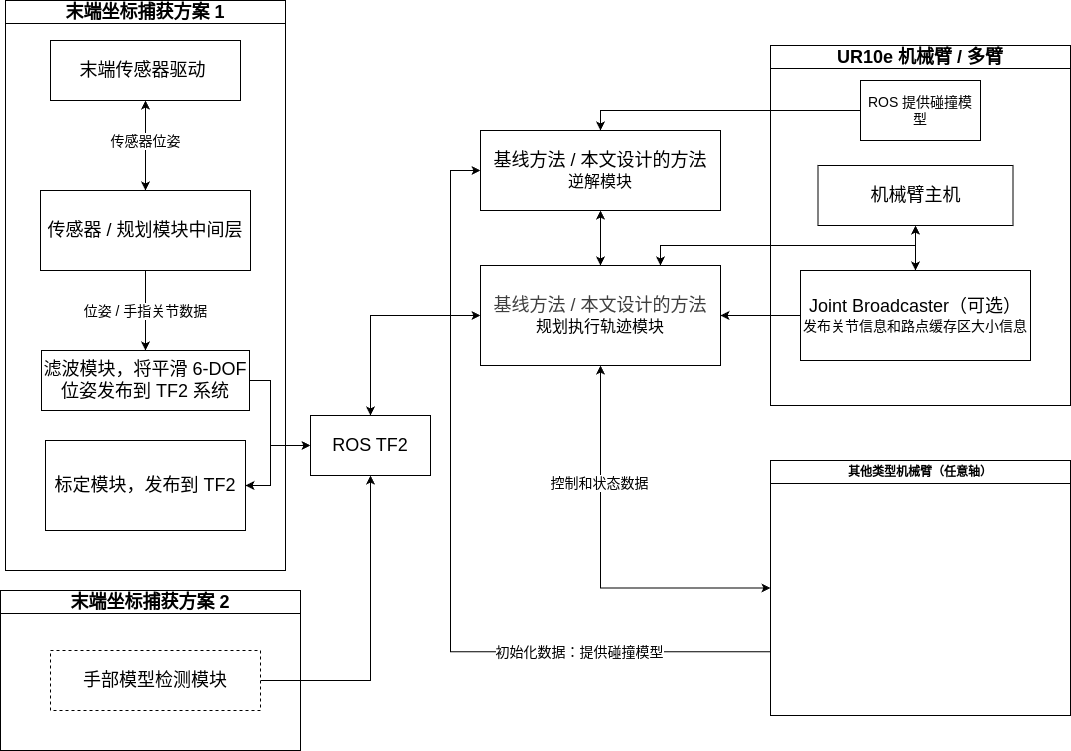
This is template/figures/teleop2.png from julyfun/graduation, a draw.io export, as it was before one commit. Source tidied: cells renumbered, new cells last; positions are measured from the earlier drawing's top-left corner, leaving out a move shared by most shapes.
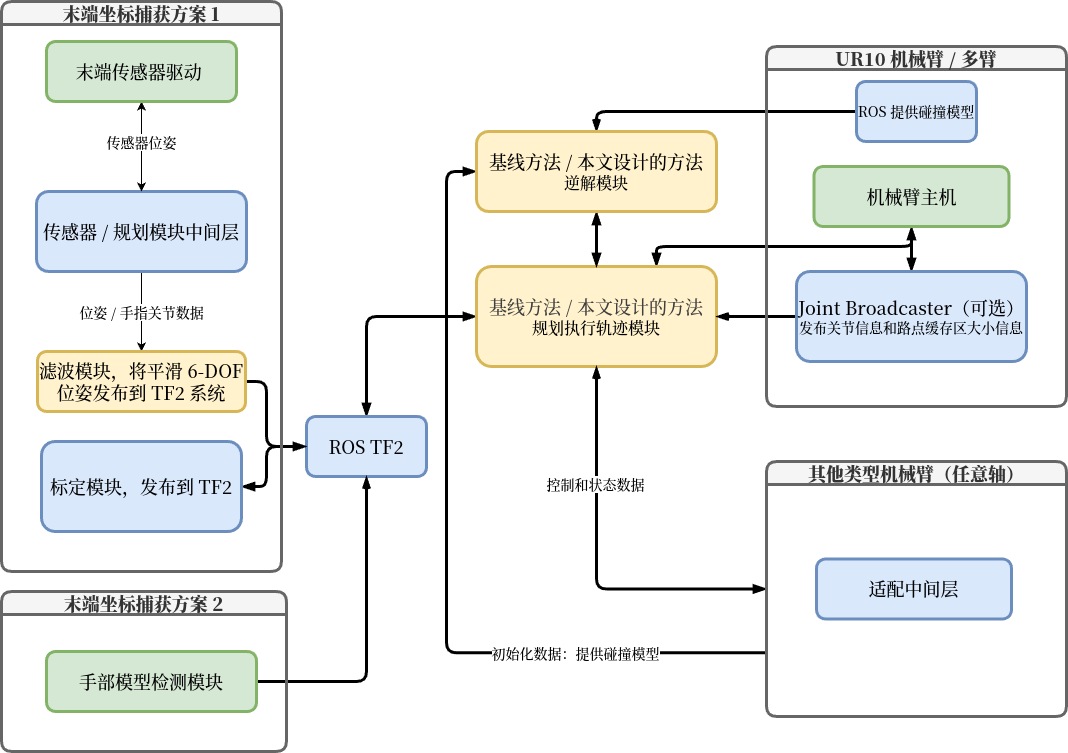
Above is the later version.

What changed in the source:
```diff
@@ -5,22 +5,22 @@
     <mxCell id="2" style="edgeStyle=orthogonalEdgeStyle;rounded=0;jettySize=auto;html=1;" parent="1" edge="1" source="4" target="9">
       <mxGeometry relative="1" as="geometry" />
     </mxCell>
-    <mxCell id="3" value="&lt;font style=&quot;font-size: 14px;&quot;&gt;位姿 / 手指关节数据&lt;/font&gt;" style="edgeLabel;html=1;align=center;verticalAlign=middle;" parent="2" vertex="1">
+    <mxCell id="3" value="&lt;font face=&quot;Noto Serif CJK SC Medium&quot; style=&quot;font-size: 14px;&quot;&gt;位姿 / 手指关节数据&lt;/font&gt;" style="edgeLabel;html=1;align=center;verticalAlign=middle;" parent="2" vertex="1">
       <mxGeometry x="-0.01" y="-1" relative="1" as="geometry" />
     </mxCell>
-    <mxCell id="4" value="&lt;font style=&quot;font-size: 18px;&quot;&gt;传感器 / 规划模块中间层&lt;/font&gt;" style="rounded=0;whiteSpace=wrap;html=1;" parent="1" vertex="1">
+    <mxCell id="4" value="&lt;font face=&quot;Noto Serif CJK SC Medium&quot; style=&quot;font-size: 18px;&quot;&gt;传感器 / 规划模块中间层&lt;/font&gt;" style="rounded=1;whiteSpace=wrap;html=1;strokeWidth=3;fillColor=#dae8fc;strokeColor=#6c8ebf;" parent="1" vertex="1">
       <mxGeometry x="40" y="190" width="210" height="80" as="geometry" />
     </mxCell>
     <mxCell id="5" style="edgeStyle=orthogonalEdgeStyle;rounded=0;jettySize=auto;html=1;entryX=0.5;entryY=0;entryDx=0;entryDy=0;startArrow=classic;startFill=1;" parent="1" edge="1" source="7" target="4">
       <mxGeometry relative="1" as="geometry" />
     </mxCell>
-    <mxCell id="6" value="&lt;font style=&quot;font-size: 14px;&quot;&gt;传感器位姿&lt;/font&gt;" style="edgeLabel;html=1;align=center;verticalAlign=middle;" parent="5" vertex="1">
+    <mxCell id="6" value="&lt;font face=&quot;Noto Serif CJK SC Medium&quot; style=&quot;font-size: 14px;&quot;&gt;传感器位姿&lt;/font&gt;" style="edgeLabel;html=1;align=center;verticalAlign=middle;" parent="5" vertex="1">
       <mxGeometry x="-0.12" y="-1" relative="1" as="geometry" />
     </mxCell>
-    <mxCell id="7" value="&lt;font style=&quot;font-size: 18px;&quot;&gt;末端传感器驱动&amp;nbsp;&lt;/font&gt;" style="rounded=0;whiteSpace=wrap;html=1;" parent="1" vertex="1">
+    <mxCell id="7" value="&lt;font face=&quot;Noto Serif CJK SC Medium&quot; style=&quot;font-size: 18px;&quot;&gt;末端传感器驱动&amp;nbsp;&lt;/font&gt;" style="rounded=1;whiteSpace=wrap;html=1;strokeWidth=3;fillColor=#d5e8d4;strokeColor=#82b366;" parent="1" vertex="1">
       <mxGeometry x="50" y="40" width="190" height="60" as="geometry" />
     </mxCell>
-    <mxCell id="8" style="edgeStyle=orthogonalEdgeStyle;rounded=0;jettySize=auto;html=1;entryX=0;entryY=0.5;entryDx=0;entryDy=0;" parent="1" edge="1" source="9" target="11">
+    <mxCell id="8" style="edgeStyle=orthogonalEdgeStyle;rounded=1;jettySize=auto;html=1;entryX=0;entryY=0.5;entryDx=0;entryDy=0;strokeWidth=3;curved=0;endArrow=blockThin;endFill=1;" parent="1" edge="1" source="9" target="11">
       <mxGeometry relative="1" as="geometry">
         <Array as="points">
           <mxPoint x="270" y="380" />
@@ -28,16 +28,16 @@
         </Array>
       </mxGeometry>
     </mxCell>
-    <mxCell id="9" value="&lt;font style=&quot;font-size: 18px;&quot;&gt;滤波模块，将平滑 6-DOF 位姿发布到 TF2 系统&lt;/font&gt;" style="rounded=0;whiteSpace=wrap;html=1;" parent="1" vertex="1">
+    <mxCell id="9" value="&lt;font face=&quot;Noto Serif CJK SC Medium&quot; style=&quot;font-size: 18px;&quot;&gt;滤波模块，将平滑 6-DOF 位姿发布到 TF2 系统&lt;/font&gt;" style="rounded=1;whiteSpace=wrap;html=1;strokeWidth=3;fillColor=#fff2cc;strokeColor=#d6b656;" parent="1" vertex="1">
       <mxGeometry x="41" y="350" width="208" height="60" as="geometry" />
     </mxCell>
-    <mxCell id="10" style="edgeStyle=orthogonalEdgeStyle;rounded=0;jettySize=auto;html=1;exitX=0.5;exitY=0;exitDx=0;exitDy=0;entryX=0;entryY=0.5;entryDx=0;entryDy=0;startArrow=classic;startFill=1;" parent="1" edge="1" source="11" target="15">
+    <mxCell id="10" style="edgeStyle=orthogonalEdgeStyle;rounded=1;jettySize=auto;html=1;exitX=0.5;exitY=0;exitDx=0;exitDy=0;entryX=0;entryY=0.5;entryDx=0;entryDy=0;startArrow=blockThin;startFill=1;strokeWidth=3;curved=0;endArrow=blockThin;endFill=1;" parent="1" edge="1" source="11" target="15">
       <mxGeometry relative="1" as="geometry" />
     </mxCell>
-    <mxCell id="11" value="&lt;font style=&quot;font-size: 18px;&quot;&gt;ROS TF2&lt;/font&gt;" style="rounded=0;whiteSpace=wrap;html=1;" parent="1" vertex="1">
+    <mxCell id="11" value="&lt;font face=&quot;Noto Serif CJK SC Medium&quot; style=&quot;font-size: 18px;&quot;&gt;ROS TF2&lt;/font&gt;" style="rounded=1;whiteSpace=wrap;html=1;strokeWidth=3;fillColor=#dae8fc;strokeColor=#6c8ebf;" parent="1" vertex="1">
       <mxGeometry x="310" y="415" width="120" height="60" as="geometry" />
     </mxCell>
-    <mxCell id="12" style="edgeStyle=orthogonalEdgeStyle;rounded=0;jettySize=auto;html=1;entryX=0;entryY=0.5;entryDx=0;entryDy=0;startArrow=classic;startFill=1;" parent="1" edge="1" source="13" target="11">
+    <mxCell id="12" style="edgeStyle=orthogonalEdgeStyle;rounded=1;jettySize=auto;html=1;entryX=0;entryY=0.5;entryDx=0;entryDy=0;startArrow=blockThin;startFill=1;strokeWidth=3;curved=0;endArrow=blockThin;endFill=1;" parent="1" edge="1" source="13" target="11">
       <mxGeometry relative="1" as="geometry">
         <Array as="points">
           <mxPoint x="270" y="485" />
@@ -45,22 +45,22 @@
         </Array>
       </mxGeometry>
     </mxCell>
-    <mxCell id="13" value="&lt;div&gt;&lt;font style=&quot;font-size: 18px;&quot;&gt;标定模块，发布到 TF2&lt;/font&gt;&lt;/div&gt;" style="rounded=0;whiteSpace=wrap;html=1;" parent="1" vertex="1">
+    <mxCell id="13" value="&lt;div&gt;&lt;font face=&quot;Noto Serif CJK SC Medium&quot; style=&quot;font-size: 18px;&quot;&gt;标定模块，发布到 TF2&lt;/font&gt;&lt;/div&gt;" style="rounded=1;whiteSpace=wrap;html=1;strokeWidth=3;fillColor=#dae8fc;strokeColor=#6c8ebf;" parent="1" vertex="1">
       <mxGeometry x="45" y="440" width="200" height="90" as="geometry" />
     </mxCell>
-    <mxCell id="14" style="edgeStyle=orthogonalEdgeStyle;rounded=0;jettySize=auto;html=1;exitX=0.75;exitY=0;exitDx=0;exitDy=0;entryX=0.5;entryY=1;entryDx=0;entryDy=0;startArrow=classic;startFill=1;" parent="1" edge="1" source="15" target="29">
+    <mxCell id="14" style="edgeStyle=orthogonalEdgeStyle;rounded=1;jettySize=auto;html=1;exitX=0.75;exitY=0;exitDx=0;exitDy=0;entryX=0.5;entryY=1;entryDx=0;entryDy=0;startArrow=blockThin;startFill=1;strokeWidth=3;curved=0;endArrow=blockThin;endFill=1;" parent="1" edge="1" source="15" target="29">
       <mxGeometry relative="1" as="geometry" />
     </mxCell>
-    <mxCell id="15" value="&lt;div&gt;&lt;font style=&quot;font-size: 18px;&quot;&gt;&lt;span style=&quot;color: rgb(63, 63, 63); background-color: transparent;&quot;&gt;基线方法 / 本文设计的方法&lt;/span&gt;&lt;/font&gt;&lt;/div&gt;&lt;div&gt;&lt;font size=&quot;3&quot;&gt;规划执行轨迹模块&lt;/font&gt;&lt;/div&gt;" style="rounded=0;whiteSpace=wrap;html=1;" parent="1" vertex="1">
+    <mxCell id="15" value="&lt;div&gt;&lt;font face=&quot;Noto Serif CJK SC Medium&quot; style=&quot;font-size: 18px;&quot;&gt;&lt;span style=&quot;color: rgb(63, 63, 63); background-color: transparent;&quot;&gt;基线方法 / 本文设计的方法&lt;/span&gt;&lt;/font&gt;&lt;/div&gt;&lt;div&gt;&lt;font face=&quot;Noto Serif CJK SC Medium&quot; size=&quot;3&quot;&gt;规划执行轨迹模块&lt;/font&gt;&lt;/div&gt;" style="rounded=1;whiteSpace=wrap;html=1;strokeWidth=3;fillColor=#fff2cc;strokeColor=#d6b656;" parent="1" vertex="1">
       <mxGeometry x="480" y="265" width="240" height="100" as="geometry" />
     </mxCell>
-    <mxCell id="16" style="edgeStyle=orthogonalEdgeStyle;rounded=0;jettySize=auto;html=1;entryX=0.5;entryY=0;entryDx=0;entryDy=0;" parent="1" edge="1" source="30" target="20">
+    <mxCell id="16" style="edgeStyle=orthogonalEdgeStyle;rounded=1;jettySize=auto;html=1;entryX=0.5;entryY=0;entryDx=0;entryDy=0;strokeWidth=3;curved=0;endArrow=openThin;endFill=0;" parent="1" edge="1" source="30" target="20">
       <mxGeometry relative="1" as="geometry" />
     </mxCell>
-    <mxCell id="17" style="edgeStyle=orthogonalEdgeStyle;rounded=0;jettySize=auto;html=1;entryX=0.5;entryY=0;entryDx=0;entryDy=0;startArrow=classic;startFill=1;" parent="1" edge="1" source="20" target="15">
+    <mxCell id="17" style="edgeStyle=orthogonalEdgeStyle;rounded=0;jettySize=auto;html=1;entryX=0.5;entryY=0;entryDx=0;entryDy=0;startArrow=blockThin;startFill=1;strokeWidth=3;endArrow=blockThin;endFill=1;" parent="1" edge="1" source="20" target="15">
       <mxGeometry relative="1" as="geometry" />
     </mxCell>
-    <mxCell id="18" style="edgeStyle=orthogonalEdgeStyle;rounded=0;jettySize=auto;html=1;entryX=0;entryY=0.75;entryDx=0;entryDy=0;exitX=0;exitY=0.5;exitDx=0;exitDy=0;startArrow=classic;startFill=1;endArrow=none;endFill=0;" parent="1" edge="1" source="20" target="33">
+    <mxCell id="18" style="edgeStyle=orthogonalEdgeStyle;rounded=1;jettySize=auto;html=1;entryX=0;entryY=0.75;entryDx=0;entryDy=0;exitX=0;exitY=0.5;exitDx=0;exitDy=0;startArrow=blockThin;startFill=1;endArrow=none;endFill=0;strokeWidth=3;curved=0;" parent="1" edge="1" source="20" target="33">
       <mxGeometry relative="1" as="geometry">
         <Array as="points">
           <mxPoint x="450" y="170" />
@@ -68,50 +68,53 @@
         </Array>
       </mxGeometry>
     </mxCell>
-    <mxCell id="19" value="&lt;font style=&quot;font-size: 14px;&quot;&gt;初始化数据：提供碰撞模型&lt;/font&gt;" style="edgeLabel;html=1;align=center;verticalAlign=middle;" parent="18" vertex="1">
+    <mxCell id="19" value="&lt;font face=&quot;Noto Serif CJK SC Medium&quot; style=&quot;font-size: 14px;&quot;&gt;初始化数据：提供碰撞模型&lt;/font&gt;" style="edgeLabel;html=1;align=center;verticalAlign=middle;" parent="18" vertex="1">
       <mxGeometry x="0.54" relative="1" as="geometry" />
     </mxCell>
-    <mxCell id="20" value="&lt;font style=&quot;font-size: 18px;&quot;&gt;基线方法 / 本文设计的方法&lt;/font&gt;&lt;div&gt;&lt;font size=&quot;3&quot;&gt;逆解模块&lt;/font&gt;&lt;/div&gt;" style="rounded=0;whiteSpace=wrap;html=1;" parent="1" vertex="1">
+    <mxCell id="20" value="&lt;font face=&quot;Noto Serif CJK SC Medium&quot; style=&quot;font-size: 18px;&quot;&gt;基线方法 / 本文设计的方法&lt;/font&gt;&lt;div&gt;&lt;font face=&quot;Noto Serif CJK SC Medium&quot; size=&quot;3&quot;&gt;逆解模块&lt;/font&gt;&lt;/div&gt;" style="rounded=1;whiteSpace=wrap;html=1;strokeWidth=3;fillColor=#fff2cc;strokeColor=#d6b656;" parent="1" vertex="1">
       <mxGeometry x="480" y="130" width="240" height="80" as="geometry" />
     </mxCell>
-    <mxCell id="21" style="edgeStyle=orthogonalEdgeStyle;rounded=0;jettySize=auto;html=1;" parent="1" edge="1" source="22" target="11">
+    <mxCell id="21" style="edgeStyle=orthogonalEdgeStyle;rounded=1;jettySize=auto;html=1;strokeWidth=3;curved=0;endArrow=openThin;endFill=0;" parent="1" edge="1" source="22" target="11">
       <mxGeometry relative="1" as="geometry" />
     </mxCell>
-    <mxCell id="22" value="&lt;font style=&quot;font-size: 18px;&quot;&gt;手部模型检测模块&lt;/font&gt;" style="rounded=0;whiteSpace=wrap;html=1;dashed=1;" parent="1" vertex="1">
+    <mxCell id="22" value="&lt;font face=&quot;Noto Serif CJK SC Medium&quot; style=&quot;font-size: 18px;&quot;&gt;手部模型检测模块&lt;/font&gt;" style="rounded=1;whiteSpace=wrap;html=1;strokeWidth=3;fillColor=#d5e8d4;strokeColor=#82b366;" parent="1" vertex="1">
       <mxGeometry x="50" y="650" width="210" height="60" as="geometry" />
     </mxCell>
-    <mxCell id="23" value="&lt;font style=&quot;font-size: 18px;&quot;&gt;末端坐标捕获方案 1&lt;/font&gt;" style="swimlane;whiteSpace=wrap;html=1;" parent="1" vertex="1">
+    <mxCell id="23" value="&lt;font face=&quot;Noto Serif CJK SC Black&quot; style=&quot;font-size: 18px;&quot;&gt;末端坐标捕获方案 1&lt;/font&gt;" style="swimlane;whiteSpace=wrap;html=1;rounded=1;strokeWidth=3;fillColor=#f5f5f5;strokeColor=#666666;fontColor=#333333;" parent="1" vertex="1">
       <mxGeometry x="5" width="280" height="570" as="geometry" />
     </mxCell>
-    <mxCell id="24" value="&lt;font style=&quot;font-size: 18px;&quot;&gt;末端坐标捕获方案 2&lt;/font&gt;" style="swimlane;whiteSpace=wrap;html=1;" parent="1" vertex="1">
-      <mxGeometry y="590" width="300" height="160" as="geometry" />
+    <mxCell id="24" value="&lt;font face=&quot;Noto Serif CJK SC Black&quot; style=&quot;font-size: 18px;&quot;&gt;末端坐标捕获方案 2&lt;/font&gt;" style="swimlane;whiteSpace=wrap;html=1;rounded=1;strokeWidth=3;fillColor=#f5f5f5;strokeColor=#666666;fontColor=#333333;" parent="1" vertex="1">
+      <mxGeometry x="5" y="590" width="285" height="160" as="geometry" />
     </mxCell>
-    <mxCell id="25" style="edgeStyle=orthogonalEdgeStyle;rounded=0;jettySize=auto;html=1;entryX=0.5;entryY=1;entryDx=0;entryDy=0;startArrow=classic;startFill=1;" parent="1" edge="1" source="27" target="29">
+    <mxCell id="25" style="edgeStyle=orthogonalEdgeStyle;rounded=0;jettySize=auto;html=1;entryX=0.5;entryY=1;entryDx=0;entryDy=0;startArrow=blockThin;startFill=1;strokeWidth=3;endArrow=blockThin;endFill=1;" parent="1" edge="1" source="27" target="29">
       <mxGeometry relative="1" as="geometry" />
     </mxCell>
-    <mxCell id="26" style="edgeStyle=orthogonalEdgeStyle;rounded=0;jettySize=auto;html=1;entryX=1;entryY=0.5;entryDx=0;entryDy=0;" parent="1" edge="1" source="27" target="15">
+    <mxCell id="26" style="edgeStyle=orthogonalEdgeStyle;rounded=1;jettySize=auto;html=1;entryX=1;entryY=0.5;entryDx=0;entryDy=0;strokeWidth=3;curved=0;endArrow=openThin;endFill=0;" parent="1" edge="1" source="27" target="15">
       <mxGeometry relative="1" as="geometry" />
     </mxCell>
-    <mxCell id="27" value="&lt;font style=&quot;font-size: 18px;&quot;&gt;Joint Broadcaster（可选）&lt;/font&gt;&lt;div&gt;&lt;font style=&quot;font-size: 14px;&quot;&gt;发布关节信息和路点缓存区大小信息&lt;/font&gt;&lt;/div&gt;" style="rounded=0;whiteSpace=wrap;html=1;" parent="1" vertex="1">
+    <mxCell id="27" value="&lt;font face=&quot;Noto Serif CJK SC Medium&quot; style=&quot;font-size: 18px;&quot;&gt;Joint Broadcaster（可选）&lt;/font&gt;&lt;div&gt;&lt;font face=&quot;Noto Serif CJK SC Medium&quot; style=&quot;font-size: 14px;&quot;&gt;发布关节信息和路点缓存区大小信息&lt;/font&gt;&lt;/div&gt;" style="rounded=1;whiteSpace=wrap;html=1;strokeWidth=3;fillColor=#dae8fc;strokeColor=#6c8ebf;" parent="1" vertex="1">
       <mxGeometry x="800" y="270" width="230" height="90" as="geometry" />
     </mxCell>
-    <mxCell id="28" value="&lt;font style=&quot;font-size: 18px;&quot;&gt;UR10e 机械臂 / 多臂&lt;/font&gt;" style="swimlane;whiteSpace=wrap;html=1;" parent="1" vertex="1">
+    <mxCell id="28" value="&lt;font face=&quot;Noto Serif CJK SC Black&quot; style=&quot;font-size: 18px;&quot;&gt;UR10 机械臂 / 多臂&lt;/font&gt;" style="swimlane;whiteSpace=wrap;html=1;rounded=1;strokeWidth=3;fillColor=#f5f5f5;strokeColor=#666666;fontColor=#333333;" parent="1" vertex="1">
       <mxGeometry x="770" y="45" width="300" height="360" as="geometry" />
     </mxCell>
-    <mxCell id="29" value="&lt;font style=&quot;font-size: 18px;&quot;&gt;机械臂主机&lt;/font&gt;" style="rounded=0;whiteSpace=wrap;html=1;" parent="28" vertex="1">
+    <mxCell id="29" value="&lt;font face=&quot;Noto Serif CJK SC Medium&quot; style=&quot;font-size: 18px;&quot;&gt;机械臂主机&lt;/font&gt;" style="rounded=1;whiteSpace=wrap;html=1;strokeWidth=3;fillColor=#d5e8d4;strokeColor=#82b366;" parent="28" vertex="1">
       <mxGeometry x="47.5" y="120" width="195" height="60" as="geometry" />
     </mxCell>
-    <mxCell id="30" value="&lt;font style=&quot;font-size: 14px;&quot;&gt;ROS &lt;span style=&quot;background-color: transparent;&quot;&gt;提供碰撞模型&lt;/span&gt;&lt;/font&gt;" style="rounded=0;whiteSpace=wrap;html=1;" parent="28" vertex="1">
+    <mxCell id="30" value="&lt;font face=&quot;Noto Serif CJK SC Medium&quot; style=&quot;font-size: 14px;&quot;&gt;ROS &lt;span style=&quot;background-color: transparent;&quot;&gt;提供碰撞模型&lt;/span&gt;&lt;/font&gt;" style="rounded=1;whiteSpace=wrap;html=1;strokeWidth=3;fillColor=#dae8fc;strokeColor=#6c8ebf;" parent="28" vertex="1">
       <mxGeometry x="90" y="35" width="120" height="60" as="geometry" />
     </mxCell>
-    <mxCell id="31" style="edgeStyle=orthogonalEdgeStyle;rounded=0;jettySize=auto;html=1;entryX=0.5;entryY=1;entryDx=0;entryDy=0;startArrow=classic;startFill=1;" parent="1" edge="1" source="33" target="15">
+    <mxCell id="31" style="edgeStyle=orthogonalEdgeStyle;rounded=1;jettySize=auto;html=1;entryX=0.5;entryY=1;entryDx=0;entryDy=0;startArrow=blockThin;startFill=1;strokeWidth=3;curved=0;endArrow=openThin;endFill=0;" parent="1" edge="1" source="33" target="15">
       <mxGeometry relative="1" as="geometry" />
     </mxCell>
-    <mxCell id="32" value="&lt;font style=&quot;font-size: 14px;&quot;&gt;控制和状态数据&lt;/font&gt;" style="edgeLabel;html=1;align=center;verticalAlign=middle;" parent="31" vertex="1">
+    <mxCell id="32" value="&lt;font face=&quot;Noto Serif CJK SC Medium&quot; style=&quot;font-size: 14px;&quot;&gt;控制和状态数据&lt;/font&gt;" style="edgeLabel;html=1;align=center;verticalAlign=middle;" parent="31" vertex="1">
       <mxGeometry x="0.4" y="2" relative="1" as="geometry" />
     </mxCell>
-    <mxCell id="33" value="其他类型机械臂（任意轴）" style="swimlane;whiteSpace=wrap;html=1;" parent="1" vertex="1">
+    <mxCell id="33" value="&lt;font style=&quot;font-size: 18px;&quot; face=&quot;Noto Serif CJK SC Black&quot;&gt;其他类型机械臂（任意轴）&lt;/font&gt;" style="swimlane;whiteSpace=wrap;html=1;startSize=23;rounded=1;strokeWidth=3;fillColor=#f5f5f5;fontColor=#333333;strokeColor=#666666;" parent="1" vertex="1">
       <mxGeometry x="770" y="460" width="300" height="255" as="geometry" />
     </mxCell>
+    <mxCell id="34" value="&lt;span style=&quot;font-size: 18px;&quot;&gt;&lt;font face=&quot;Noto Serif CJK SC Medium&quot;&gt;适配中间层&lt;/font&gt;&lt;/span&gt;" style="rounded=1;whiteSpace=wrap;html=1;strokeWidth=3;fillColor=#dae8fc;strokeColor=#6c8ebf;" parent="33" vertex="1">
+      <mxGeometry x="50" y="97.5" width="195" height="60" as="geometry" />
+    </mxCell>
   </root>
 </mxGraphModel>
```
